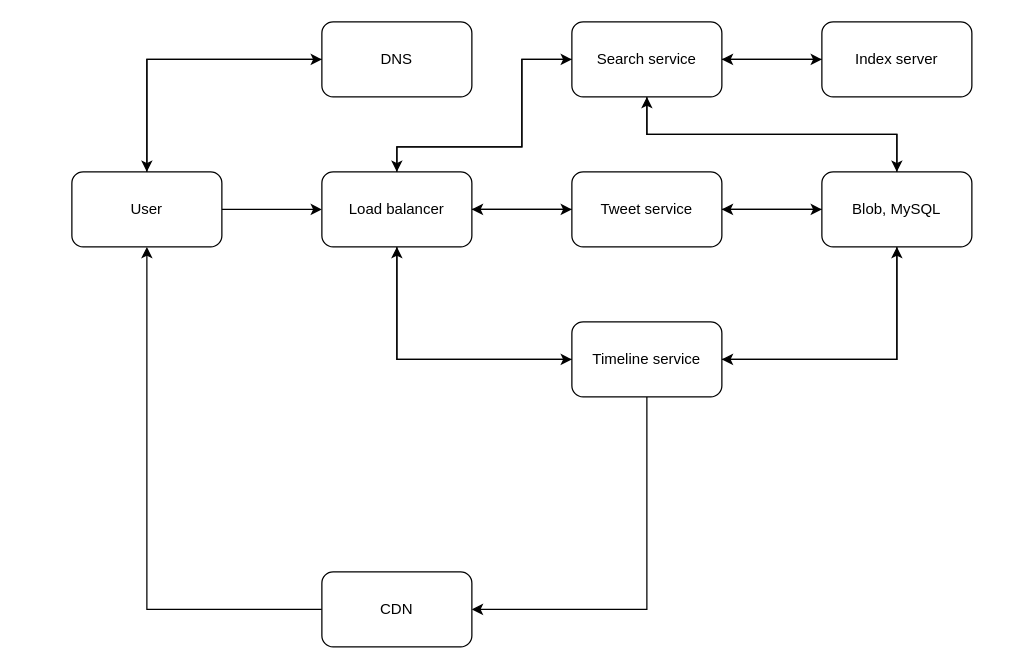
Earlier version of the draw.io diagram img/system-design/twitter2.drawio (riehseun/riehseun.github.io). Source tidied: cells renumbered, new cells numbered last; positions are measured from the earlier drawing's top-left corner, leaving out a move shared by most shapes. Both pictures are drawn from the tidied source at 125%, with x=0, y=0 at pixel (71, 21).
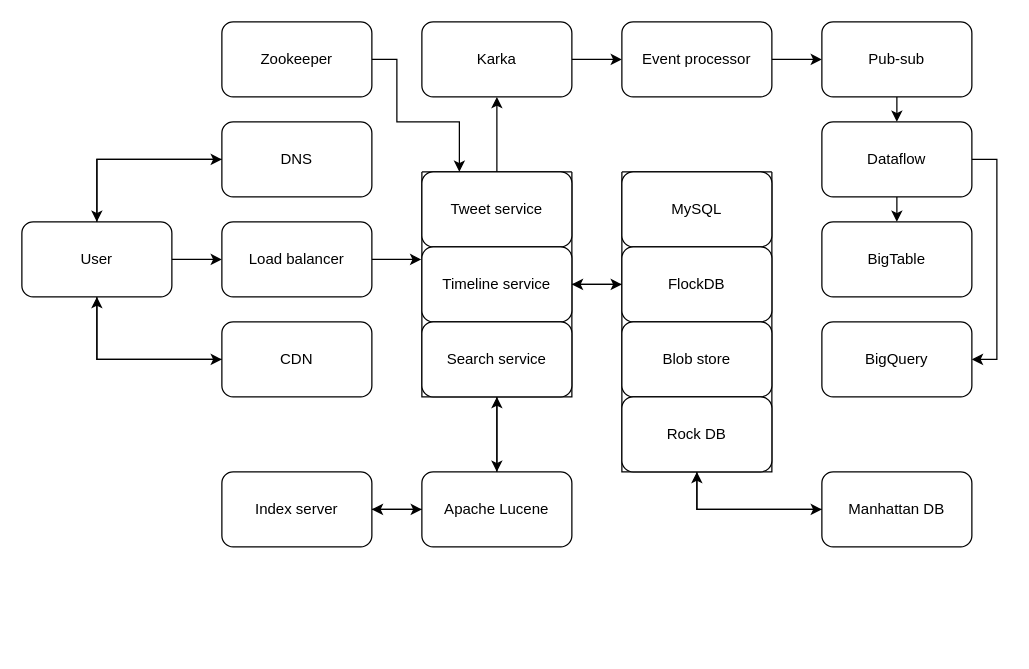
Above is the later version.

The edit, as a diff of the source:
```diff
@@
+    <mxCell id="30" style="edgeStyle=orthogonalEdgeStyle;rounded=0;jettySize=auto;html=1;exitX=0.5;exitY=1;exitDx=0;exitDy=0;entryX=0;entryY=0.5;entryDx=0;entryDy=0;" parent="1" edge="1" source="4" target="20">
+      <mxGeometry relative="1" as="geometry" />
+    </mxCell>
     <mxCell id="4" value="User" style="rounded=1;whiteSpace=wrap;html=1;" parent="1" vertex="1">
-      <mxGeometry y="120" width="120" height="60" as="geometry" />
+      <mxGeometry x="-40" y="160" width="120" height="60" as="geometry" />
     </mxCell>
-    <mxCell id="5" style="edgeStyle=orthogonalEdgeStyle;rounded=0;jettySize=auto;html=1;exitX=0.5;exitY=1;exitDx=0;exitDy=0;entryX=0;entryY=0.5;entryDx=0;entryDy=0;" parent="1" edge="1" source="8" target="12">
-      <mxGeometry relative="1" as="geometry" />
-    </mxCell>
-    <mxCell id="6" style="edgeStyle=orthogonalEdgeStyle;rounded=0;jettySize=auto;html=1;exitX=1;exitY=0.5;exitDx=0;exitDy=0;entryX=0;entryY=0.5;entryDx=0;entryDy=0;" parent="1" edge="1" source="8" target="23">
-      <mxGeometry relative="1" as="geometry" />
-    </mxCell>
-    <mxCell id="7" style="edgeStyle=orthogonalEdgeStyle;rounded=0;jettySize=auto;html=1;exitX=0.5;exitY=0;exitDx=0;exitDy=0;entryX=0;entryY=0.5;entryDx=0;entryDy=0;" parent="1" edge="1" source="8" target="27">
-      <mxGeometry relative="1" as="geometry">
-        <Array as="points">
-          <mxPoint x="260" y="100" />
-          <mxPoint x="360" y="100" />
-          <mxPoint x="360" y="30" />
-        </Array>
-      </mxGeometry>
-    </mxCell>
+    <mxCell id="31" style="edgeStyle=orthogonalEdgeStyle;rounded=0;jettySize=auto;html=1;exitX=1;exitY=0.5;exitDx=0;exitDy=0;entryX=-0.004;entryY=0.392;entryDx=0;entryDy=0;entryPerimeter=0;" parent="1" edge="1" source="8" target="34">
+      <mxGeometry relative="1" as="geometry" />
+    </mxCell>
     <mxCell id="8" value="Load balancer" style="rounded=1;whiteSpace=wrap;html=1;" parent="1" vertex="1">
-      <mxGeometry x="200" y="120" width="120" height="60" as="geometry" />
+      <mxGeometry x="120" y="160" width="120" height="60" as="geometry" />
     </mxCell>
-    <mxCell id="9" style="edgeStyle=orthogonalEdgeStyle;rounded=0;jettySize=auto;html=1;exitX=0.5;exitY=1;exitDx=0;exitDy=0;entryX=1;entryY=0.5;entryDx=0;entryDy=0;" parent="1" edge="1" source="12" target="20">
-      <mxGeometry relative="1" as="geometry" />
-    </mxCell>
-    <mxCell id="10" style="edgeStyle=orthogonalEdgeStyle;rounded=0;jettySize=auto;html=1;exitX=0;exitY=0.5;exitDx=0;exitDy=0;" parent="1" edge="1" source="12" target="8">
-      <mxGeometry relative="1" as="geometry" />
-    </mxCell>
-    <mxCell id="11" style="edgeStyle=orthogonalEdgeStyle;rounded=0;jettySize=auto;html=1;exitX=1;exitY=0.5;exitDx=0;exitDy=0;entryX=0.5;entryY=1;entryDx=0;entryDy=0;" parent="1" edge="1" source="12" target="16">
-      <mxGeometry relative="1" as="geometry" />
-    </mxCell>
-    <mxCell id="12" value="Timeline service" style="rounded=1;whiteSpace=wrap;html=1;" parent="1" vertex="1">
-      <mxGeometry x="400" y="240" width="120" height="60" as="geometry" />
-    </mxCell>
-    <mxCell id="13" style="edgeStyle=orthogonalEdgeStyle;rounded=0;jettySize=auto;html=1;exitX=0.5;exitY=1;exitDx=0;exitDy=0;entryX=1;entryY=0.5;entryDx=0;entryDy=0;" parent="1" edge="1" source="16" target="12">
-      <mxGeometry relative="1" as="geometry" />
-    </mxCell>
-    <mxCell id="14" style="edgeStyle=orthogonalEdgeStyle;rounded=0;jettySize=auto;html=1;exitX=0;exitY=0.5;exitDx=0;exitDy=0;entryX=1;entryY=0.5;entryDx=0;entryDy=0;" parent="1" edge="1" source="16" target="23">
-      <mxGeometry relative="1" as="geometry" />
-    </mxCell>
-    <mxCell id="15" style="edgeStyle=orthogonalEdgeStyle;rounded=0;jettySize=auto;html=1;exitX=0.5;exitY=0;exitDx=0;exitDy=0;" parent="1" edge="1" source="16" target="27">
-      <mxGeometry relative="1" as="geometry" />
-    </mxCell>
-    <mxCell id="16" value="Blob, MySQL" style="rounded=1;whiteSpace=wrap;html=1;" parent="1" vertex="1">
-      <mxGeometry x="600" y="120" width="120" height="60" as="geometry" />
-    </mxCell>
@@
     <mxCell id="18" value="DNS" style="rounded=1;whiteSpace=wrap;html=1;" parent="1" vertex="1">
-      <mxGeometry x="200" width="120" height="60" as="geometry" />
+      <mxGeometry x="120" y="80" width="120" height="60" as="geometry" />
     </mxCell>
@@
     <mxCell id="20" value="CDN" style="rounded=1;whiteSpace=wrap;html=1;" parent="1" vertex="1">
-      <mxGeometry x="200" y="440" width="120" height="60" as="geometry" />
+      <mxGeometry x="120" y="240" width="120" height="60" as="geometry" />
     </mxCell>
-    <mxCell id="21" style="edgeStyle=orthogonalEdgeStyle;rounded=0;jettySize=auto;html=1;exitX=1;exitY=0.5;exitDx=0;exitDy=0;" parent="1" edge="1" source="23" target="16">
-      <mxGeometry relative="1" as="geometry" />
-    </mxCell>
-    <mxCell id="22" style="edgeStyle=orthogonalEdgeStyle;rounded=0;jettySize=auto;html=1;exitX=0;exitY=0.5;exitDx=0;exitDy=0;entryX=1;entryY=0.5;entryDx=0;entryDy=0;" parent="1" edge="1" source="23" target="8">
-      <mxGeometry relative="1" as="geometry" />
-    </mxCell>
+    <mxCell id="32" style="edgeStyle=orthogonalEdgeStyle;rounded=0;jettySize=auto;html=1;exitX=1;exitY=0.5;exitDx=0;exitDy=0;" parent="1" edge="1" source="34" target="43">
+      <mxGeometry relative="1" as="geometry" />
+    </mxCell>
+    <mxCell id="33" style="edgeStyle=orthogonalEdgeStyle;rounded=0;jettySize=auto;html=1;exitX=0.5;exitY=1;exitDx=0;exitDy=0;entryX=0.5;entryY=0;entryDx=0;entryDy=0;" parent="1" edge="1" source="34" target="58">
+      <mxGeometry relative="1" as="geometry" />
+    </mxCell>
+    <mxCell id="34" style="swimlane;startSize=0;" parent="1" vertex="1">
+      <mxGeometry x="280" y="120" width="120" height="180" as="geometry" />
+    </mxCell>
-    <mxCell id="23" value="Tweet service" style="rounded=1;whiteSpace=wrap;html=1;" parent="1" vertex="1">
-      <mxGeometry x="400" y="120" width="120" height="60" as="geometry" />
+    <mxCell id="23" value="Tweet service" style="rounded=1;whiteSpace=wrap;html=1;" parent="34" vertex="1">
+      <mxGeometry width="120" height="60" as="geometry" />
     </mxCell>
-    <mxCell id="24" style="edgeStyle=orthogonalEdgeStyle;rounded=0;jettySize=auto;html=1;exitX=0;exitY=0.5;exitDx=0;exitDy=0;entryX=0.5;entryY=0;entryDx=0;entryDy=0;" parent="1" edge="1" source="27" target="8">
-      <mxGeometry relative="1" as="geometry">
-        <Array as="points">
-          <mxPoint x="360" y="30" />
-          <mxPoint x="360" y="100" />
-          <mxPoint x="260" y="100" />
-        </Array>
-      </mxGeometry>
-    </mxCell>
-    <mxCell id="25" style="edgeStyle=orthogonalEdgeStyle;rounded=0;jettySize=auto;html=1;exitX=1;exitY=0.5;exitDx=0;exitDy=0;entryX=0;entryY=0.5;entryDx=0;entryDy=0;" parent="1" edge="1" source="27" target="29">
-      <mxGeometry relative="1" as="geometry" />
-    </mxCell>
-    <mxCell id="26" style="edgeStyle=orthogonalEdgeStyle;rounded=0;jettySize=auto;html=1;exitX=0.5;exitY=1;exitDx=0;exitDy=0;" parent="1" edge="1" source="27" target="16">
-      <mxGeometry relative="1" as="geometry" />
-    </mxCell>
+    <mxCell id="12" value="Timeline service" style="rounded=1;whiteSpace=wrap;html=1;" parent="34" vertex="1">
+      <mxGeometry y="60" width="120" height="60" as="geometry" />
+    </mxCell>
-    <mxCell id="27" value="Search service" style="rounded=1;whiteSpace=wrap;html=1;" parent="1" vertex="1">
-      <mxGeometry x="400" width="120" height="60" as="geometry" />
+    <mxCell id="27" value="Search service" style="rounded=1;whiteSpace=wrap;html=1;" parent="34" vertex="1">
+      <mxGeometry y="120" width="120" height="60" as="geometry" />
     </mxCell>
-    <mxCell id="28" style="edgeStyle=orthogonalEdgeStyle;rounded=0;jettySize=auto;html=1;exitX=0;exitY=0.5;exitDx=0;exitDy=0;entryX=1;entryY=0.5;entryDx=0;entryDy=0;" parent="1" edge="1" source="29" target="27">
-      <mxGeometry relative="1" as="geometry" />
-    </mxCell>
+    <mxCell id="35" style="edgeStyle=orthogonalEdgeStyle;rounded=0;jettySize=auto;html=1;exitX=1;exitY=0.5;exitDx=0;exitDy=0;entryX=0;entryY=0.5;entryDx=0;entryDy=0;" parent="1" edge="1" source="36" target="39">
+      <mxGeometry relative="1" as="geometry" />
+    </mxCell>
+    <mxCell id="36" value="Karka" style="rounded=1;whiteSpace=wrap;html=1;" parent="1" vertex="1">
+      <mxGeometry x="280" width="120" height="60" as="geometry" />
+    </mxCell>
+    <mxCell id="37" style="edgeStyle=orthogonalEdgeStyle;rounded=0;jettySize=auto;html=1;exitX=0.5;exitY=0;exitDx=0;exitDy=0;entryX=0.5;entryY=1;entryDx=0;entryDy=0;" parent="1" edge="1" source="23" target="36">
+      <mxGeometry relative="1" as="geometry" />
+    </mxCell>
+    <mxCell id="38" style="edgeStyle=orthogonalEdgeStyle;rounded=0;jettySize=auto;html=1;exitX=1;exitY=0.5;exitDx=0;exitDy=0;entryX=0;entryY=0.5;entryDx=0;entryDy=0;" parent="1" edge="1" source="39" target="47">
+      <mxGeometry relative="1" as="geometry" />
+    </mxCell>
+    <mxCell id="39" value="Event processor" style="rounded=1;whiteSpace=wrap;html=1;" parent="1" vertex="1">
+      <mxGeometry x="440" width="120" height="60" as="geometry" />
+    </mxCell>
+    <mxCell id="40" style="edgeStyle=orthogonalEdgeStyle;rounded=0;jettySize=auto;html=1;exitX=0.5;exitY=1;exitDx=0;exitDy=0;entryX=0;entryY=0.5;entryDx=0;entryDy=0;" parent="1" edge="1" source="41" target="61">
+      <mxGeometry relative="1" as="geometry" />
+    </mxCell>
+    <mxCell id="41" style="swimlane;startSize=0;" parent="1" vertex="1">
+      <mxGeometry x="440" y="120" width="120" height="240" as="geometry" />
+    </mxCell>
+    <mxCell id="42" value="MySQL" style="rounded=1;whiteSpace=wrap;html=1;" parent="41" vertex="1">
+      <mxGeometry width="120" height="60" as="geometry" />
+    </mxCell>
+    <mxCell id="43" value="FlockDB" style="rounded=1;whiteSpace=wrap;html=1;" parent="41" vertex="1">
+      <mxGeometry y="60" width="120" height="60" as="geometry" />
+    </mxCell>
+    <mxCell id="44" value="Blob store" style="rounded=1;whiteSpace=wrap;html=1;" parent="1" vertex="1">
+      <mxGeometry x="440" y="240" width="120" height="60" as="geometry" />
+    </mxCell>
+    <mxCell id="45" value="Rock DB" style="rounded=1;whiteSpace=wrap;html=1;" parent="1" vertex="1">
+      <mxGeometry x="440" y="300" width="120" height="60" as="geometry" />
+    </mxCell>
+    <mxCell id="46" style="edgeStyle=orthogonalEdgeStyle;rounded=0;jettySize=auto;html=1;exitX=0.5;exitY=1;exitDx=0;exitDy=0;entryX=0.5;entryY=0;entryDx=0;entryDy=0;" parent="1" edge="1" source="47" target="50">
+      <mxGeometry relative="1" as="geometry" />
+    </mxCell>
+    <mxCell id="47" value="Pub-sub" style="rounded=1;whiteSpace=wrap;html=1;" parent="1" vertex="1">
+      <mxGeometry x="600" width="120" height="60" as="geometry" />
+    </mxCell>
+    <mxCell id="48" style="edgeStyle=orthogonalEdgeStyle;rounded=0;jettySize=auto;html=1;exitX=0.5;exitY=1;exitDx=0;exitDy=0;entryX=0.5;entryY=0;entryDx=0;entryDy=0;" parent="1" edge="1" source="50" target="51">
+      <mxGeometry relative="1" as="geometry" />
+    </mxCell>
+    <mxCell id="49" style="edgeStyle=orthogonalEdgeStyle;rounded=0;jettySize=auto;html=1;exitX=1;exitY=0.5;exitDx=0;exitDy=0;entryX=1;entryY=0.5;entryDx=0;entryDy=0;" parent="1" edge="1" source="50" target="52">
+      <mxGeometry relative="1" as="geometry" />
+    </mxCell>
+    <mxCell id="50" value="Dataflow" style="rounded=1;whiteSpace=wrap;html=1;" parent="1" vertex="1">
+      <mxGeometry x="600" y="80" width="120" height="60" as="geometry" />
+    </mxCell>
+    <mxCell id="51" value="BigTable" style="rounded=1;whiteSpace=wrap;html=1;" parent="1" vertex="1">
+      <mxGeometry x="600" y="160" width="120" height="60" as="geometry" />
+    </mxCell>
+    <mxCell id="52" value="BigQuery" style="rounded=1;whiteSpace=wrap;html=1;" parent="1" vertex="1">
+      <mxGeometry x="600" y="240" width="120" height="60" as="geometry" />
+    </mxCell>
+    <mxCell id="53" style="edgeStyle=orthogonalEdgeStyle;rounded=0;jettySize=auto;html=1;exitX=0;exitY=0.5;exitDx=0;exitDy=0;entryX=1;entryY=0.5;entryDx=0;entryDy=0;" parent="1" edge="1" source="43" target="34">
+      <mxGeometry relative="1" as="geometry" />
+    </mxCell>
+    <mxCell id="54" style="edgeStyle=orthogonalEdgeStyle;rounded=0;jettySize=auto;html=1;exitX=1;exitY=0.5;exitDx=0;exitDy=0;entryX=0.25;entryY=0;entryDx=0;entryDy=0;" parent="1" edge="1" source="55" target="23">
+      <mxGeometry relative="1" as="geometry">
+        <Array as="points">
+          <mxPoint x="260" y="30" />
+          <mxPoint x="260" y="80" />
+          <mxPoint x="310" y="80" />
+        </Array>
+      </mxGeometry>
+    </mxCell>
+    <mxCell id="55" value="Zookeeper" style="rounded=1;whiteSpace=wrap;html=1;" parent="1" vertex="1">
+      <mxGeometry x="120" width="120" height="60" as="geometry" />
+    </mxCell>
+    <mxCell id="56" style="edgeStyle=orthogonalEdgeStyle;rounded=0;jettySize=auto;html=1;exitX=0.5;exitY=0;exitDx=0;exitDy=0;entryX=0.5;entryY=1;entryDx=0;entryDy=0;" parent="1" edge="1" source="58" target="34">
+      <mxGeometry relative="1" as="geometry" />
+    </mxCell>
+    <mxCell id="57" style="edgeStyle=orthogonalEdgeStyle;rounded=0;jettySize=auto;html=1;exitX=0;exitY=0.5;exitDx=0;exitDy=0;entryX=1;entryY=0.5;entryDx=0;entryDy=0;" parent="1" edge="1" source="58" target="29">
+      <mxGeometry relative="1" as="geometry" />
+    </mxCell>
+    <mxCell id="58" value="Apache Lucene" style="rounded=1;whiteSpace=wrap;html=1;" parent="1" vertex="1">
+      <mxGeometry x="280" y="360" width="120" height="60" as="geometry" />
+    </mxCell>
+    <mxCell id="59" style="edgeStyle=orthogonalEdgeStyle;rounded=0;jettySize=auto;html=1;exitX=1;exitY=0.5;exitDx=0;exitDy=0;entryX=0;entryY=0.5;entryDx=0;entryDy=0;" parent="1" edge="1" source="29" target="58">
+      <mxGeometry relative="1" as="geometry" />
+    </mxCell>
     <mxCell id="29" value="Index server" style="rounded=1;whiteSpace=wrap;html=1;" parent="1" vertex="1">
-      <mxGeometry x="600" width="120" height="60" as="geometry" />
+      <mxGeometry x="120" y="360" width="120" height="60" as="geometry" />
     </mxCell>
+    <mxCell id="60" style="edgeStyle=orthogonalEdgeStyle;rounded=0;jettySize=auto;html=1;exitX=0;exitY=0.5;exitDx=0;exitDy=0;entryX=0.5;entryY=1;entryDx=0;entryDy=0;" parent="1" edge="1" source="61" target="41">
+      <mxGeometry relative="1" as="geometry" />
+    </mxCell>
+    <mxCell id="61" value="Manhattan DB" style="rounded=1;whiteSpace=wrap;html=1;" parent="1" vertex="1">
+      <mxGeometry x="600" y="360" width="120" height="60" as="geometry" />
+    </mxCell>
```
